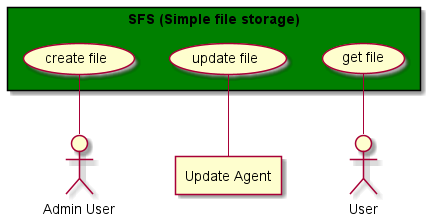
Above: docs/use case.png in xh-dev/simple-file-storage (PlantUML), before the change. The source it was exported from:
```plantuml
@startuml

rectangle "SFS (Simple file storage)" as rect #green {
    (create file) as cf
    (update file) as uf
    (get file) as gf
}

:Admin User: as admin
:User: as user
agent "Update Agent" as appClient

cf -- admin
uf -- appClient
gf -- user
@enduml
```
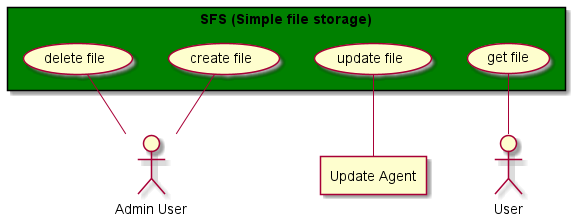
The same file after the commit.

The edit, as a diff of the source:
```diff
@@ -2,6 +2,7 @@
 
 rectangle "SFS (Simple file storage)" as rect #green {
     (create file) as cf
+    (delete file) as df
     (update file) as uf
     (get file) as gf
 }
@@ -11,6 +12,7 @@
 agent "Update Agent" as appClient
 
 cf -- admin
+df -- admin
 uf -- appClient
 gf -- user
 @enduml
```
